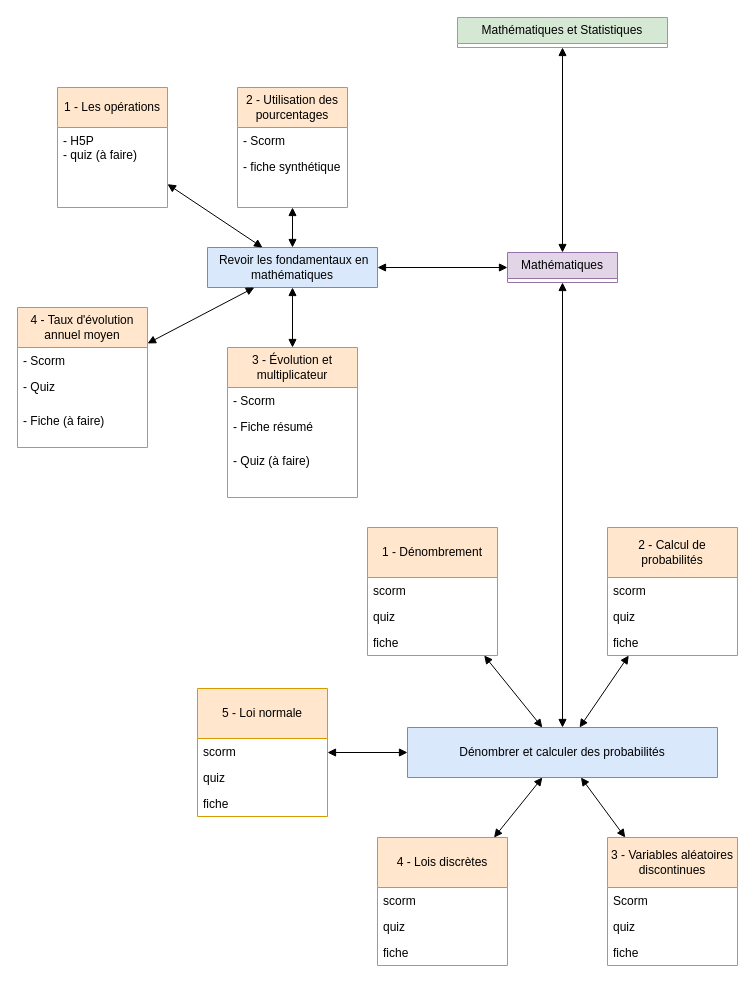
jean-seb-2106/pythontest keeps this draw.io diagram as Mathématiques.drawio. Above is the earlier version. Source tidied: cells renumbered, new cells numbered last; positions are measured from the earlier drawing's top-left corner, leaving out a move shared by most shapes. Both pictures are drawn from the tidied source at 100%, with x=0, y=0 at pixel (17, 17).
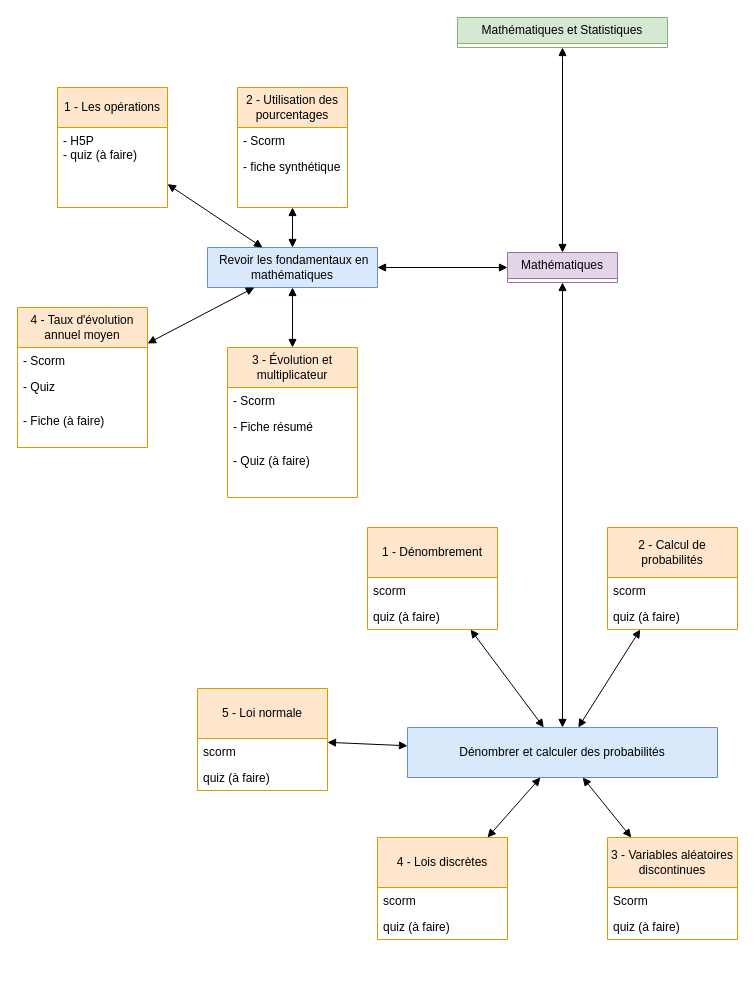
After the change.

Commit message:
Mettre à jour Mathématiques.drawio

Change to the diagram source:
```diff
@@
     <mxCell id="21" value="2 - Calcul de probabilités" style="swimlane;fontStyle=0;horizontal=1;startSize=50;fillColor=#ffe6cc;whiteSpace=wrap;html=1;strokeColor=#d79b00;" parent="1" vertex="1">
-      <mxGeometry x="590" y="510" width="130" height="128" as="geometry" />
+      <mxGeometry x="590" y="510" width="130" height="102" as="geometry" />
     </mxCell>
@@
-    <mxCell id="23" value="quiz" style="text;strokeColor=none;fillColor=none;align=left;verticalAlign=top;spacingLeft=4;spacingRight=4;overflow=hidden;whiteSpace=wrap;html=1;" parent="21" vertex="1">
+    <mxCell id="23" value="quiz (à faire)" style="text;strokeColor=none;fillColor=none;align=left;verticalAlign=top;spacingLeft=4;spacingRight=4;overflow=hidden;whiteSpace=wrap;html=1;" parent="21" vertex="1">
       <mxGeometry y="76" width="130" height="26" as="geometry" />
     </mxCell>
-    <mxCell id="24" value="fiche" style="text;strokeColor=none;fillColor=none;align=left;verticalAlign=top;spacingLeft=4;spacingRight=4;overflow=hidden;whiteSpace=wrap;html=1;" parent="21" vertex="1">
-      <mxGeometry y="102" width="130" height="26" as="geometry" />
-    </mxCell>
     <mxCell id="25" value="4 - Lois discrètes" style="swimlane;fontStyle=0;horizontal=1;startSize=50;fillColor=#ffe6cc;whiteSpace=wrap;html=1;strokeColor=#d79b00;" parent="1" vertex="1">
-      <mxGeometry x="360" y="820" width="130" height="128" as="geometry" />
+      <mxGeometry x="360" y="820" width="130" height="102" as="geometry" />
     </mxCell>
@@
-    <mxCell id="27" value="quiz" style="text;strokeColor=none;fillColor=none;align=left;verticalAlign=top;spacingLeft=4;spacingRight=4;overflow=hidden;whiteSpace=wrap;html=1;" parent="25" vertex="1">
+    <mxCell id="27" value="quiz (à faire)" style="text;strokeColor=none;fillColor=none;align=left;verticalAlign=top;spacingLeft=4;spacingRight=4;overflow=hidden;whiteSpace=wrap;html=1;" parent="25" vertex="1">
       <mxGeometry y="76" width="130" height="26" as="geometry" />
     </mxCell>
-    <mxCell id="28" value="fiche" style="text;strokeColor=none;fillColor=none;align=left;verticalAlign=top;spacingLeft=4;spacingRight=4;overflow=hidden;whiteSpace=wrap;html=1;" parent="25" vertex="1">
-      <mxGeometry y="102" width="130" height="26" as="geometry" />
-    </mxCell>
     <mxCell id="29" value="3 - Variables aléatoires discontinues" style="swimlane;fontStyle=0;horizontal=1;startSize=50;fillColor=#ffe6cc;whiteSpace=wrap;html=1;strokeColor=#d79b00;" parent="1" vertex="1">
-      <mxGeometry x="590" y="820" width="130" height="128" as="geometry" />
+      <mxGeometry x="590" y="820" width="130" height="102" as="geometry" />
     </mxCell>
@@
-    <mxCell id="31" value="quiz" style="text;strokeColor=none;fillColor=none;align=left;verticalAlign=top;spacingLeft=4;spacingRight=4;overflow=hidden;whiteSpace=wrap;html=1;" parent="29" vertex="1">
+    <mxCell id="31" value="quiz (à faire)" style="text;strokeColor=none;fillColor=none;align=left;verticalAlign=top;spacingLeft=4;spacingRight=4;overflow=hidden;whiteSpace=wrap;html=1;" parent="29" vertex="1">
       <mxGeometry y="76" width="130" height="26" as="geometry" />
     </mxCell>
-    <mxCell id="32" value="fiche" style="text;strokeColor=none;fillColor=none;align=left;verticalAlign=top;spacingLeft=4;spacingRight=4;overflow=hidden;whiteSpace=wrap;html=1;" parent="29" vertex="1">
-      <mxGeometry y="102" width="130" height="26" as="geometry" />
-    </mxCell>
@@
     <mxCell id="41" value="1 - Dénombrement" style="swimlane;fontStyle=0;horizontal=1;startSize=50;fillColor=#ffe6cc;whiteSpace=wrap;html=1;strokeColor=#d79b00;" parent="1" vertex="1">
-      <mxGeometry x="350" y="510" width="130" height="128" as="geometry" />
+      <mxGeometry x="350" y="510" width="130" height="102" as="geometry" />
     </mxCell>
@@
-    <mxCell id="43" value="quiz" style="text;strokeColor=none;fillColor=none;align=left;verticalAlign=top;spacingLeft=4;spacingRight=4;overflow=hidden;whiteSpace=wrap;html=1;" parent="41" vertex="1">
+    <mxCell id="43" value="quiz (à faire)" style="text;strokeColor=none;fillColor=none;align=left;verticalAlign=top;spacingLeft=4;spacingRight=4;overflow=hidden;whiteSpace=wrap;html=1;" parent="41" vertex="1">
       <mxGeometry y="76" width="130" height="26" as="geometry" />
     </mxCell>
-    <mxCell id="44" value="fiche" style="text;strokeColor=none;fillColor=none;align=left;verticalAlign=top;spacingLeft=4;spacingRight=4;overflow=hidden;whiteSpace=wrap;html=1;" parent="41" vertex="1">
-      <mxGeometry y="102" width="130" height="26" as="geometry" />
-    </mxCell>
     <mxCell id="45" value="5 - Loi normale" style="swimlane;fontStyle=0;horizontal=1;startSize=50;fillColor=#ffe6cc;whiteSpace=wrap;html=1;strokeColor=#d79b00;" parent="1" vertex="1">
-      <mxGeometry x="180" y="671" width="130" height="128" as="geometry" />
+      <mxGeometry x="180" y="671" width="130" height="102" as="geometry" />
     </mxCell>
@@
-    <mxCell id="47" value="quiz" style="text;strokeColor=none;fillColor=none;align=left;verticalAlign=top;spacingLeft=4;spacingRight=4;overflow=hidden;whiteSpace=wrap;html=1;" parent="45" vertex="1">
+    <mxCell id="47" value="quiz (à faire)" style="text;strokeColor=none;fillColor=none;align=left;verticalAlign=top;spacingLeft=4;spacingRight=4;overflow=hidden;whiteSpace=wrap;html=1;" parent="45" vertex="1">
       <mxGeometry y="76" width="130" height="26" as="geometry" />
     </mxCell>
-    <mxCell id="48" value="fiche" style="text;strokeColor=none;fillColor=none;align=left;verticalAlign=top;spacingLeft=4;spacingRight=4;overflow=hidden;whiteSpace=wrap;html=1;" parent="45" vertex="1">
-      <mxGeometry y="102" width="130" height="26" as="geometry" />
-    </mxCell>
```
